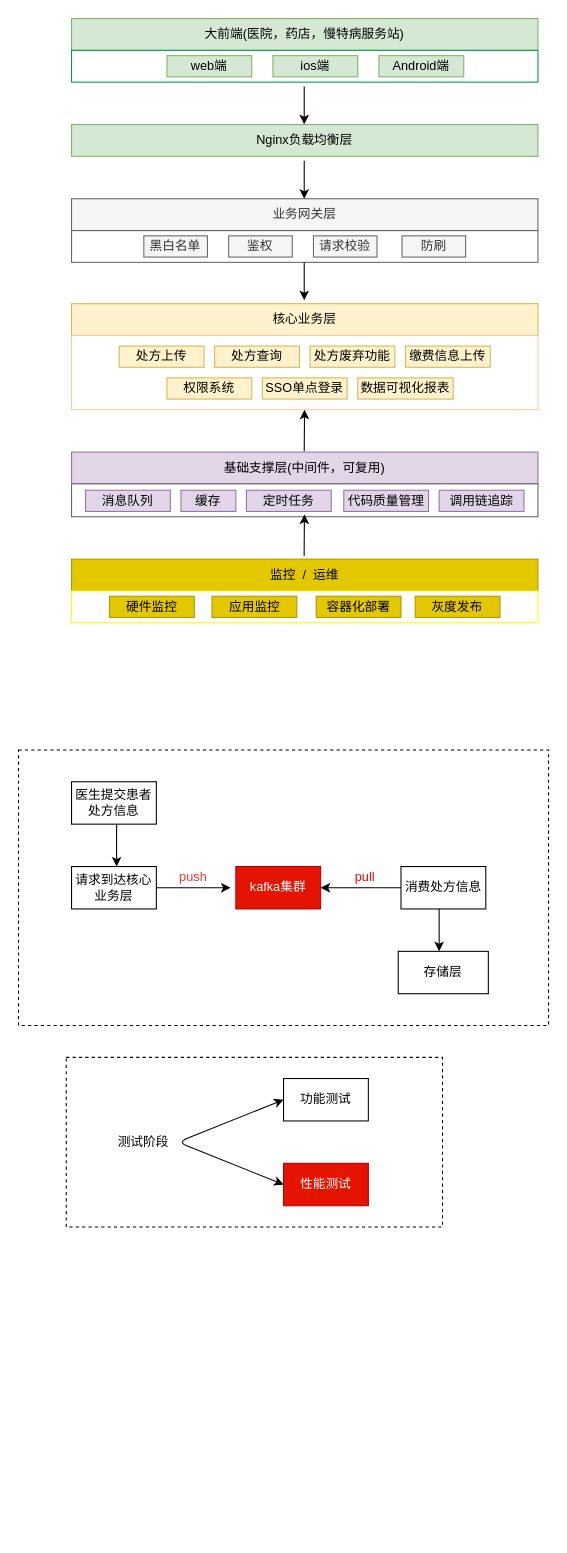
The draw.io diagram Untitled Diagram.drawio in chenrushui/draw, before the edit. Source tidied: cells renumbered, new cells numbered last; positions are measured from the earlier drawing's top-left corner, leaving out a move shared by most shapes. Both pictures are drawn from the tidied source at 106%, with x=0, y=0 at pixel (18, 18).
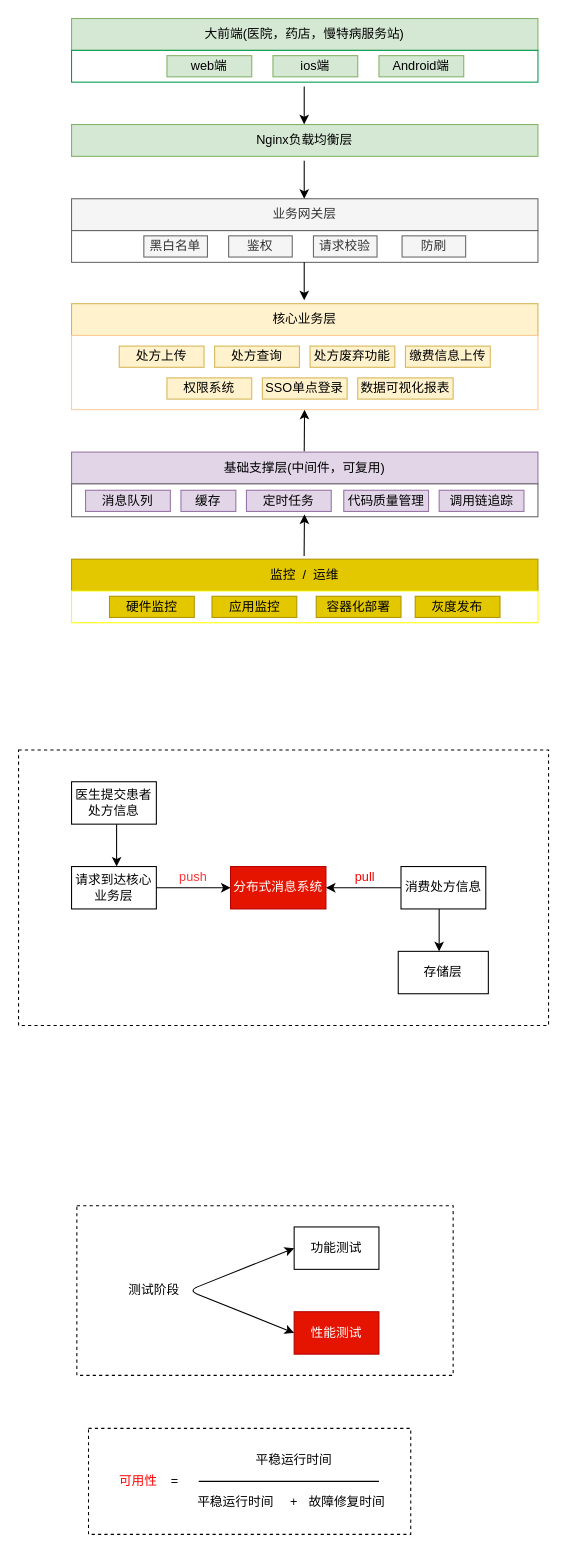
The same diagram, later.

What changed in the source:
```diff
@@
+    <mxCell id="58" style="rounded=0;whiteSpace=wrap;html=1;dashed=1;" parent="1" vertex="1">
+      <mxGeometry x="66" y="1330" width="304" height="100" as="geometry" />
+    </mxCell>
     <mxCell id="2" style="rounded=0;whiteSpace=wrap;html=1;dashed=1;" parent="1" vertex="1">
-      <mxGeometry x="45" y="980" width="355" height="160" as="geometry" />
+      <mxGeometry x="55" y="1120" width="355" height="160" as="geometry" />
     </mxCell>
@@
-    <mxCell id="43" value="kafka集群" style="rounded=0;whiteSpace=wrap;html=1;fillColor=#e51400;strokeColor=#B20000;fontColor=#ffffff;" parent="1" vertex="1">
-      <mxGeometry x="205" y="800" width="80" height="40" as="geometry" />
+    <mxCell id="43" value="分布式消息系统" style="rounded=0;whiteSpace=wrap;html=1;fillColor=#e51400;strokeColor=#B20000;fontColor=#ffffff;" parent="1" vertex="1">
+      <mxGeometry x="200" y="800" width="90" height="40" as="geometry" />
     </mxCell>
@@
     <mxCell id="54" value="功能测试" style="rounded=0;whiteSpace=wrap;html=1;" parent="1" vertex="1">
-      <mxGeometry x="250" y="1000" width="80" height="40" as="geometry" />
+      <mxGeometry x="260" y="1140" width="80" height="40" as="geometry" />
     </mxCell>
     <mxCell id="55" value="性能测试" style="rounded=0;whiteSpace=wrap;html=1;fillColor=#e51400;strokeColor=#B20000;fontColor=#ffffff;" parent="1" vertex="1">
-      <mxGeometry x="250" y="1080" width="80" height="40" as="geometry" />
+      <mxGeometry x="260" y="1220" width="80" height="40" as="geometry" />
     </mxCell>
     <mxCell id="56" style="endArrow=classic;startArrow=classic;html=1;entryX=0;entryY=0.5;entryDx=0;entryDy=0;exitX=0;exitY=0.5;exitDx=0;exitDy=0;" parent="1" edge="1" source="55" target="54">
       <mxGeometry relative="1" as="geometry">
         <Array as="points">
-          <mxPoint x="150" y="1060" />
+          <mxPoint x="160" y="1200" />
         </Array>
       </mxGeometry>
     </mxCell>
     <mxCell id="57" value="测试阶段" style="text;html=1;strokeColor=none;fillColor=none;align=center;verticalAlign=middle;whiteSpace=wrap;rounded=0;dashed=1;" parent="1" vertex="1">
-      <mxGeometry x="90" y="1050" width="56" height="20" as="geometry" />
+      <mxGeometry x="100" y="1190" width="56" height="20" as="geometry" />
     </mxCell>
+    <mxCell id="59" value="&lt;font color=&quot;#ff0000&quot;&gt;&amp;nbsp;可用性&lt;/font&gt;" style="text;html=1;strokeColor=none;fillColor=none;align=center;verticalAlign=middle;whiteSpace=wrap;rounded=0;dashed=1;" parent="1" vertex="1">
+      <mxGeometry x="78.2" y="1370" width="66.8" height="20" as="geometry" />
+    </mxCell>
+    <mxCell id="60" value="=" style="text;html=1;strokeColor=none;fillColor=none;align=center;verticalAlign=middle;whiteSpace=wrap;rounded=0;dashed=1;" parent="1" vertex="1">
+      <mxGeometry x="135" y="1370" width="25" height="20" as="geometry" />
+    </mxCell>
+    <mxCell id="61" value="平稳运行时间" style="text;html=1;strokeColor=none;fillColor=none;align=center;verticalAlign=middle;whiteSpace=wrap;rounded=0;dashed=1;" parent="1" vertex="1">
+      <mxGeometry x="200" y="1350" width="120" height="20" as="geometry" />
+    </mxCell>
+    <mxCell id="62" style="endArrow=none;html=1;" parent="1" edge="1">
+      <mxGeometry relative="1" as="geometry">
+        <mxPoint x="170" y="1380" as="sourcePoint" />
+        <mxPoint x="340" y="1380" as="targetPoint" />
+      </mxGeometry>
+    </mxCell>
+    <mxCell id="63" value="平稳运行时间" style="text;html=1;strokeColor=none;fillColor=none;align=center;verticalAlign=middle;whiteSpace=wrap;rounded=0;dashed=1;" parent="1" vertex="1">
+      <mxGeometry x="145" y="1390" width="120" height="20" as="geometry" />
+    </mxCell>
+    <mxCell id="64" value="+" style="text;html=1;strokeColor=none;fillColor=none;align=center;verticalAlign=middle;whiteSpace=wrap;rounded=0;dashed=1;" parent="1" vertex="1">
+      <mxGeometry x="250" y="1390" width="20" height="20" as="geometry" />
+    </mxCell>
+    <mxCell id="65" value="故障修复时间" style="text;html=1;strokeColor=none;fillColor=none;align=center;verticalAlign=middle;whiteSpace=wrap;rounded=0;dashed=1;" parent="1" vertex="1">
+      <mxGeometry x="250" y="1390" width="120" height="20" as="geometry" />
+    </mxCell>
```
